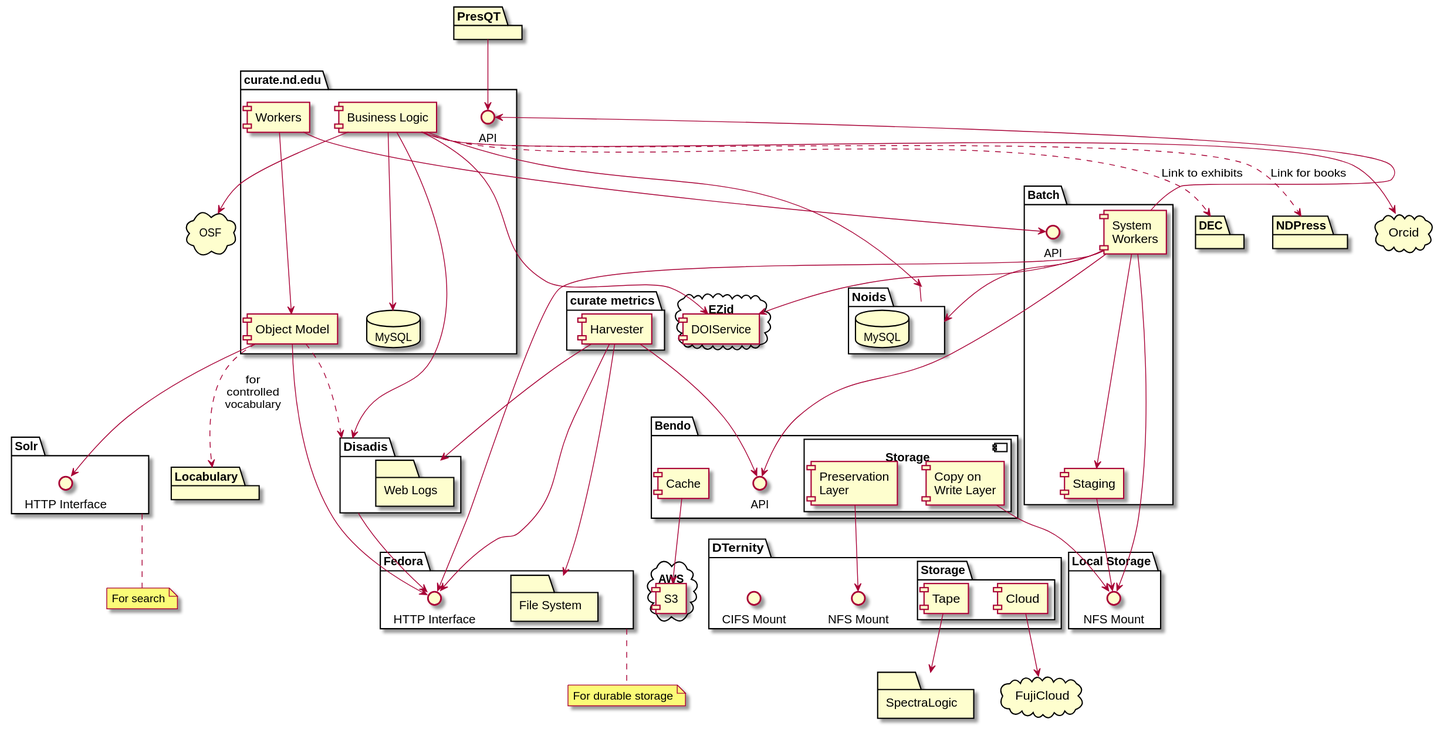
Before: plantuml/curate_nd.svg, a diagram exported from PlantUML (ndlib/dam-ecosystem-mapping).
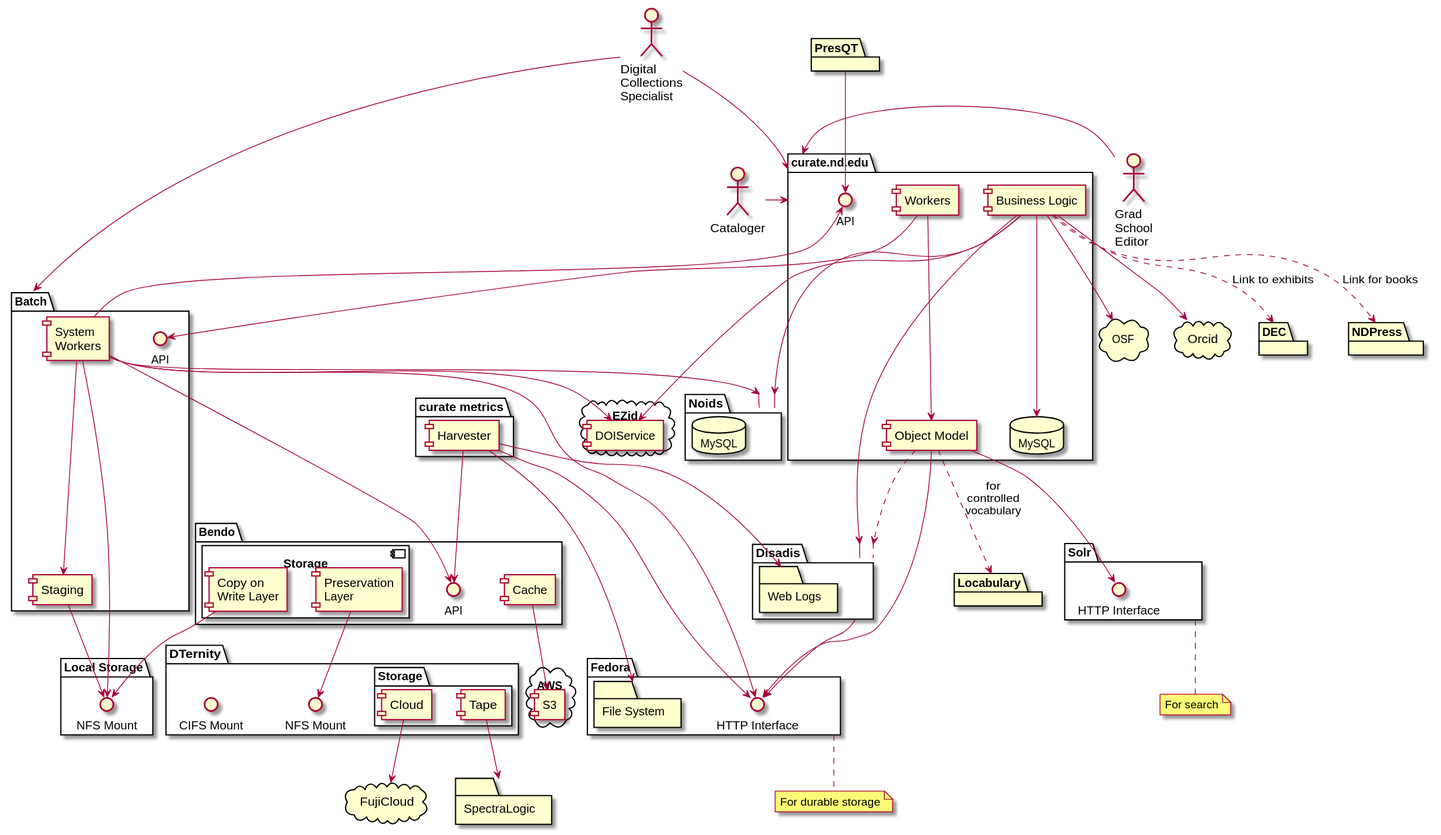
Later version of the same file.

Diff of the diagram source:
```diff
@@ -117,4 +117,14 @@
 BatchStaging --> LocalNFSMount
 Disadis --> FedoraHTTP
 CurateBL --> Disadis
+
+actor "Digital\nCollections\nSpecialist" as DCS
+actor Cataloger
+actor "Grad\nSchool\nEditor" as GradSchoolEditor
+
+DCS --> curate.nd.edu
+DCS --> Batch
+Cataloger -> curate.nd.edu
+GradSchoolEditor -> curate.nd.edu
+
 @enduml
```
